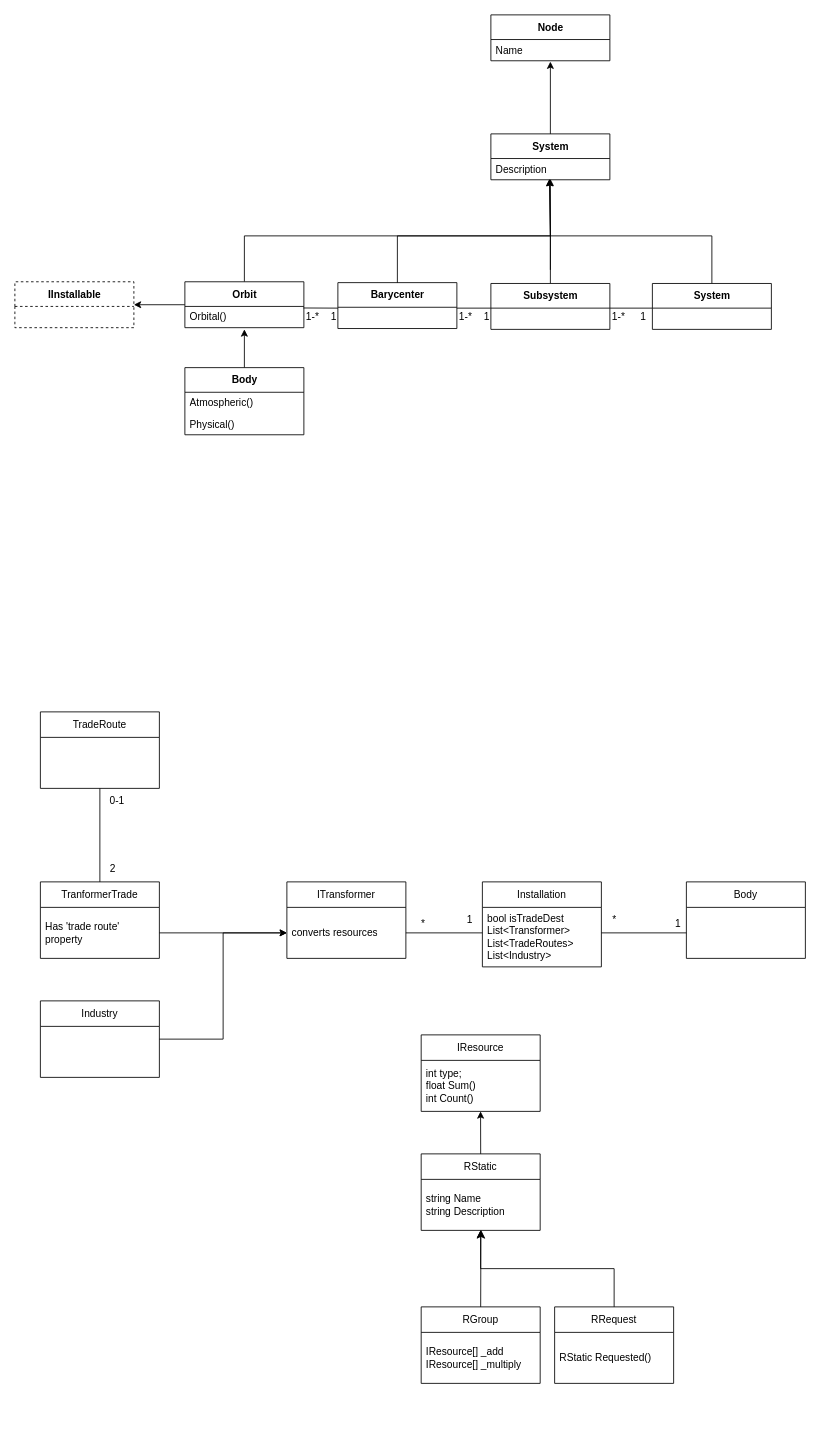
The draw.io diagram UML.drawio in CallumWalley/tradeTest, before the edit. Source tidied: cells renumbered, new cells numbered last; positions are measured from the earlier drawing's top-left corner, leaving out a move shared by most shapes. Both pictures are drawn from the tidied source at 85%, with x=0, y=0 at pixel (14, 14).
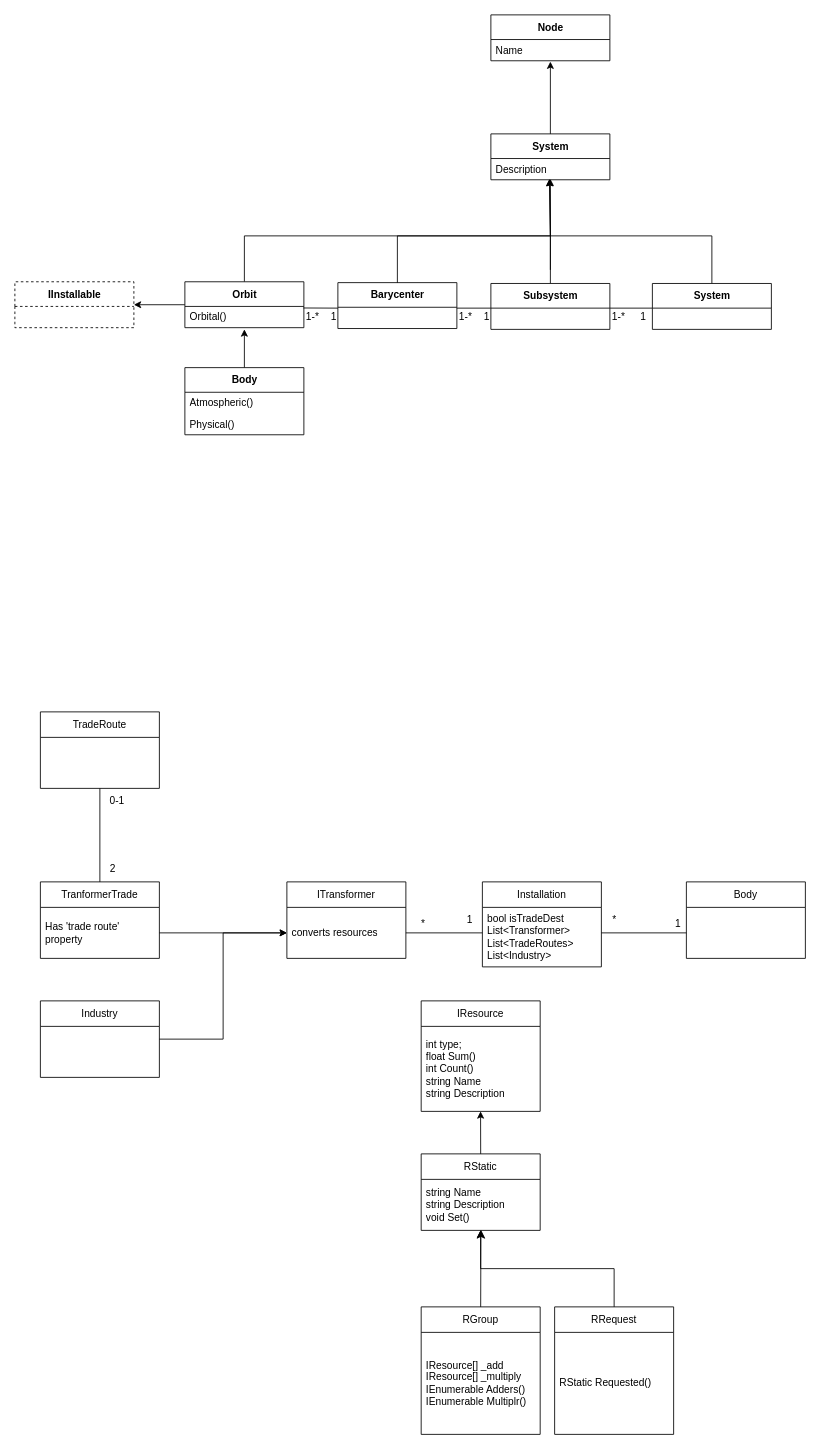
The same diagram, later.

The change refers to these unchanged cells:
```xml
<mxCell id="3" value="RStatic" style="swimlane;fontStyle=0;horizontal=1;startSize=30;whiteSpace=wrap;html=1;" parent="1" vertex="1">
  <mxGeometry x="478" y="1340" width="140" height="90" as="geometry" />
</mxCell>
```

Diff of the diagram source:
```diff
@@
-    <mxCell id="4" value="string Name&lt;br&gt;string Description" style="text;strokeColor=none;fillColor=none;align=left;verticalAlign=middle;spacingLeft=4;spacingRight=4;overflow=hidden;points=[[0,0.5],[1,0.5]];portConstraint=eastwest;whiteSpace=wrap;html=1;" parent="3" vertex="1">
+    <mxCell id="4" value="string Name&lt;br&gt;string Description&lt;br&gt;void Set()" style="text;strokeColor=none;fillColor=none;align=left;verticalAlign=middle;spacingLeft=4;spacingRight=4;overflow=hidden;points=[[0,0.5],[1,0.5]];portConstraint=eastwest;whiteSpace=wrap;html=1;" parent="3" vertex="1">
       <mxGeometry y="30" width="140" height="60" as="geometry" />
     </mxCell>
     <mxCell id="5" value="RGroup" style="swimlane;fontStyle=0;horizontal=1;startSize=30;whiteSpace=wrap;html=1;" parent="1" vertex="1">
-      <mxGeometry x="478" y="1520" width="140" height="90" as="geometry" />
+      <mxGeometry x="478" y="1520" width="140" height="150" as="geometry" />
     </mxCell>
-    <mxCell id="6" value="&lt;span style=&quot;text-align: center;&quot;&gt;IResource&lt;/span&gt;[] _add&lt;br&gt;&lt;span style=&quot;text-align: center;&quot;&gt;IResource[] _multiply&lt;/span&gt;" style="text;strokeColor=none;fillColor=none;align=left;verticalAlign=middle;spacingLeft=4;spacingRight=4;overflow=hidden;whiteSpace=wrap;html=1;" parent="5" vertex="1">
-      <mxGeometry y="30" width="140" height="60" as="geometry" />
+    <mxCell id="6" value="&lt;span style=&quot;text-align: center;&quot;&gt;IResource&lt;/span&gt;[] _add&lt;br&gt;&lt;span style=&quot;text-align: center;&quot;&gt;IResource[] _multiply&lt;br&gt;IEnumerable Adders()&lt;br&gt;&lt;/span&gt;&lt;span style=&quot;text-align: center;&quot;&gt;IEnumerable Multiplr()&lt;/span&gt;" style="text;strokeColor=none;fillColor=none;align=left;verticalAlign=middle;spacingLeft=4;spacingRight=4;overflow=hidden;whiteSpace=wrap;html=1;" parent="5" vertex="1">
+      <mxGeometry y="30" width="140" height="120" as="geometry" />
     </mxCell>
@@
     <mxCell id="29" value="RRequest" style="swimlane;fontStyle=0;horizontal=1;startSize=30;whiteSpace=wrap;html=1;" parent="1" vertex="1">
-      <mxGeometry x="635" y="1520" width="140" height="90" as="geometry" />
+      <mxGeometry x="635" y="1520" width="140" height="150" as="geometry" />
     </mxCell>
-    <mxCell id="30" value="RStatic Requested()" style="text;strokeColor=none;fillColor=none;align=left;verticalAlign=middle;spacingLeft=4;spacingRight=4;overflow=hidden;whiteSpace=wrap;html=1;" parent="29" vertex="1">
-      <mxGeometry y="30" width="140" height="60" as="geometry" />
+    <mxCell id="30" value="RStatic Requested()&lt;br&gt;" style="text;strokeColor=none;fillColor=none;align=left;verticalAlign=middle;spacingLeft=4;spacingRight=4;overflow=hidden;whiteSpace=wrap;html=1;" parent="29" vertex="1">
+      <mxGeometry y="30" width="140" height="120" as="geometry" />
     </mxCell>
@@
     <mxCell id="64" value="IResource" style="swimlane;fontStyle=0;horizontal=1;startSize=30;whiteSpace=wrap;html=1;" parent="1" vertex="1">
-      <mxGeometry x="478" y="1200" width="140" height="90" as="geometry" />
+      <mxGeometry x="478" y="1160" width="140" height="130" as="geometry" />
     </mxCell>
-    <mxCell id="65" value="int type;&lt;br&gt;float Sum()&lt;br&gt;int Count()" style="text;strokeColor=none;fillColor=none;align=left;verticalAlign=middle;spacingLeft=4;spacingRight=4;overflow=hidden;points=[[0,0.5],[1,0.5]];portConstraint=eastwest;whiteSpace=wrap;html=1;" parent="64" vertex="1">
-      <mxGeometry y="30" width="140" height="60" as="geometry" />
+    <mxCell id="65" value="int type;&lt;br&gt;float Sum()&lt;br&gt;int Count()&lt;br&gt;string Name&lt;br&gt;string Description" style="text;strokeColor=none;fillColor=none;align=left;verticalAlign=middle;spacingLeft=4;spacingRight=4;overflow=hidden;points=[[0,0.5],[1,0.5]];portConstraint=eastwest;whiteSpace=wrap;html=1;" parent="64" vertex="1">
+      <mxGeometry y="30" width="140" height="100" as="geometry" />
     </mxCell>
```
